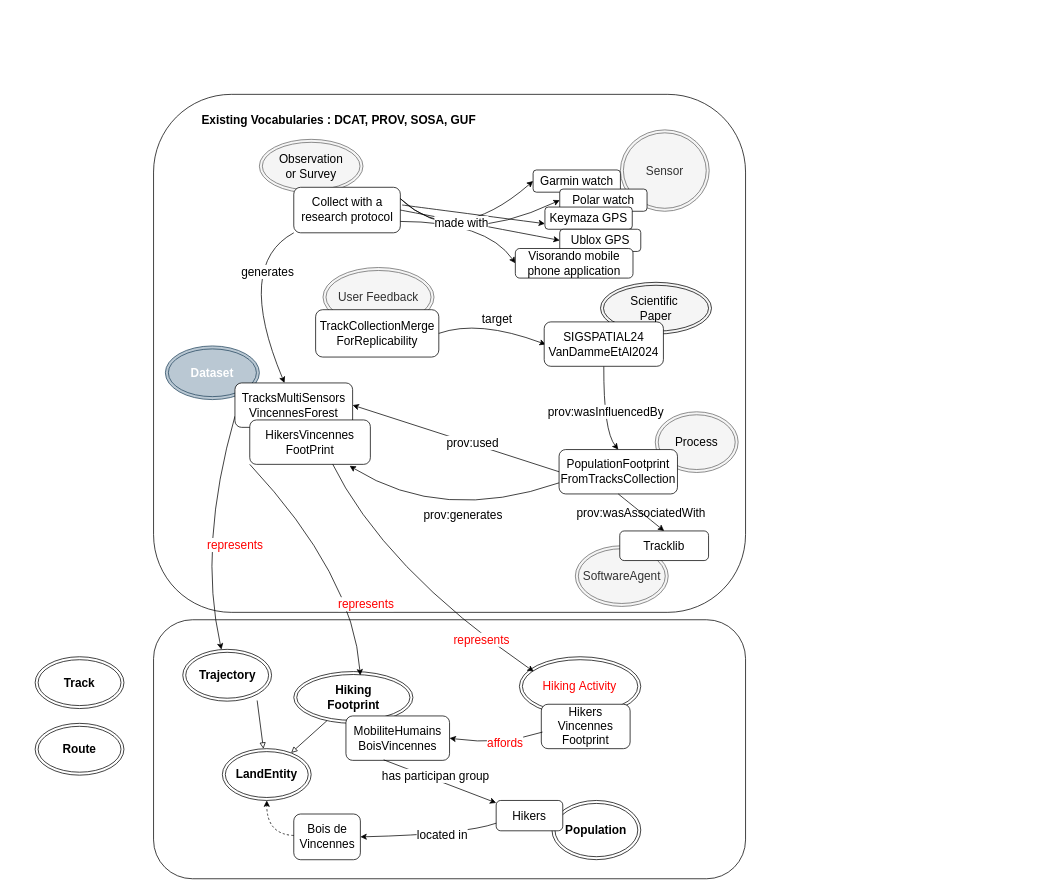
Earlier version of the draw.io diagram page "Schéma 2 article" (3 of 3) of docs/diagrams/model_KG.drawio (IntForOut/outdoorPressure). Source tidied: cells renumbered, new cells numbered last; positions are measured from the earlier drawing's top-left corner, leaving out a move shared by most shapes. Both pictures are drawn from the tidied source at 74%, with x=0, y=0 at pixel (35, 94).
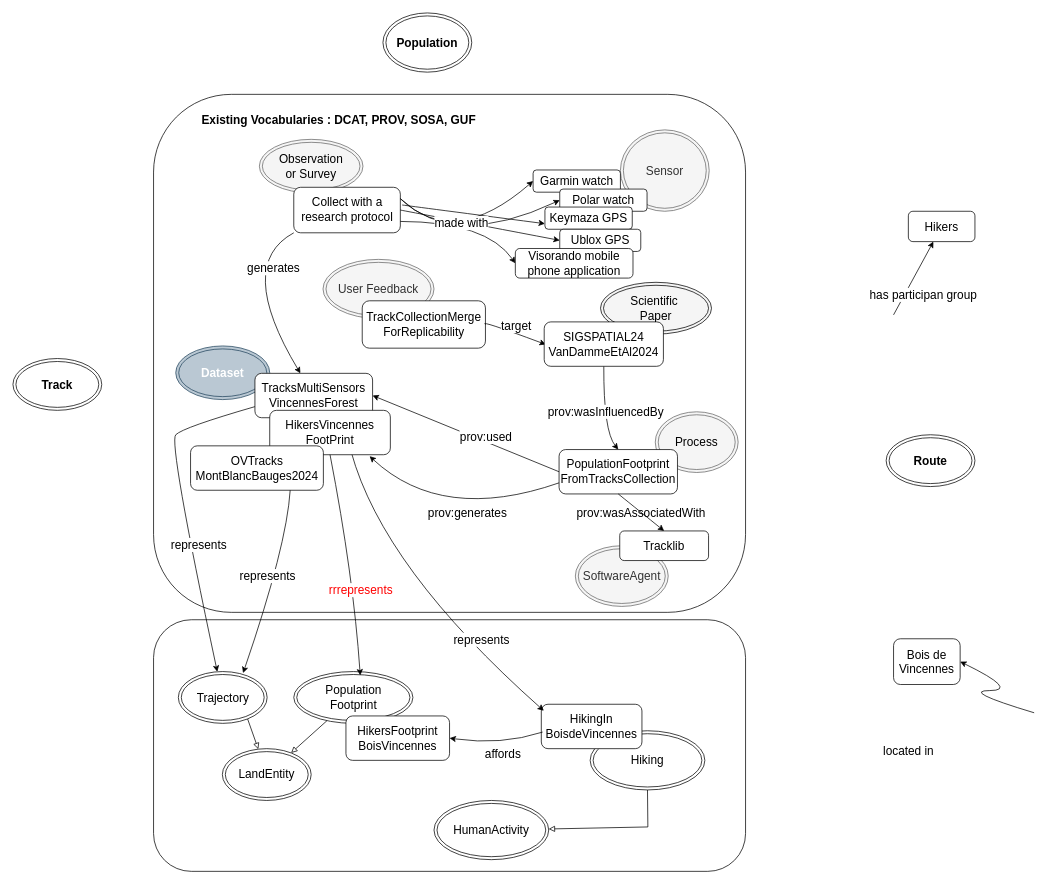
Above is the later version.

Commit message (it also covers changes not shown here):
Mettre à jour model_KG.drawio

The change refers to these unchanged cells:
```xml
<mxCell id="58" style="endArrow=classic;html=1;rounded=0;curved=1;exitX=0.013;exitY=0.627;exitDx=0;exitDy=0;entryX=1;entryY=0.5;entryDx=0;entryDy=0;fontSize=16;exitPerimeter=0;" parent="1" edge="1" source="45" target="61">
  <mxGeometry relative="1" as="geometry">
    <Array as="points">
      <mxPoint x="630" y="880" />
    </Array>
  </mxGeometry>
</mxCell>
```

The edit, as a diff of the source:
```diff
@@
     <mxCell id="2" style="rounded=1;whiteSpace=wrap;html=1;fillColor=none;" parent="1" vertex="1">
-      <mxGeometry x="160" y="710" width="800" height="350" as="geometry" />
+      <mxGeometry x="160" y="710" width="800" height="340" as="geometry" />
     </mxCell>
@@
-    <mxCell id="7" value="&lt;div&gt;&lt;b&gt;Hiking&lt;/b&gt;&lt;/div&gt;&lt;div&gt;&lt;b&gt;Footprint&lt;/b&gt;&lt;/div&gt;" style="ellipse;shape=doubleEllipse;whiteSpace=wrap;html=1;fontSize=16;" parent="1" vertex="1">
+    <mxCell id="7" value="&lt;div&gt;Population&lt;/div&gt;&lt;div&gt;Footprint&lt;/div&gt;" style="ellipse;shape=doubleEllipse;whiteSpace=wrap;html=1;fontSize=16;" parent="1" vertex="1">
       <mxGeometry x="349.5" y="780" width="161" height="70" as="geometry" />
     </mxCell>
     <mxCell id="8" value="&lt;font&gt;User Feedback&lt;/font&gt;" style="ellipse;shape=doubleEllipse;whiteSpace=wrap;html=1;fontSize=16;fillColor=#f5f5f5;strokeColor=#666666;fontColor=#333333;" parent="1" vertex="1">
-      <mxGeometry x="389" y="234" width="150" height="80" as="geometry" />
+      <mxGeometry x="389" y="223" width="150" height="80" as="geometry" />
     </mxCell>
     <mxCell id="9" value="&lt;font style=&quot;color: rgb(255, 255, 255);&quot;&gt;&lt;b&gt;Dataset&lt;/b&gt;&lt;/font&gt;" style="ellipse;shape=doubleEllipse;whiteSpace=wrap;html=1;fontSize=16;fillColor=#bac8d3;strokeColor=#23445d;" parent="1" vertex="1">
-      <mxGeometry x="176" y="340" width="127" height="72.5" as="geometry" />
+      <mxGeometry x="190" y="340" width="127" height="72.5" as="geometry" />
     </mxCell>
@@
-    <mxCell id="14" value="&lt;div&gt;&lt;font style=&quot;color: rgb(255, 0, 0);&quot;&gt;Hiking&amp;nbsp;&lt;/font&gt;&lt;font style=&quot;color: rgb(255, 0, 0);&quot;&gt;Activity&lt;/font&gt;&lt;/div&gt;" style="ellipse;shape=doubleEllipse;whiteSpace=wrap;html=1;fontSize=16;" parent="1" vertex="1">
-      <mxGeometry x="654.4" y="760" width="164" height="80" as="geometry" />
+    <mxCell id="14" value="&lt;div&gt;&lt;font style=&quot;color: rgb(0, 0, 0);&quot;&gt;Hiking&lt;/font&gt;&lt;/div&gt;" style="ellipse;shape=doubleEllipse;whiteSpace=wrap;html=1;fontSize=16;" parent="1" vertex="1">
+      <mxGeometry x="750" y="860" width="155" height="80" as="geometry" />
     </mxCell>
-    <mxCell id="15" value="&lt;b&gt;LandEntity&lt;/b&gt;" style="ellipse;shape=doubleEllipse;whiteSpace=wrap;html=1;fontSize=16;" parent="1" vertex="1">
+    <mxCell id="15" value="LandEntity" style="ellipse;shape=doubleEllipse;whiteSpace=wrap;html=1;fontSize=16;" parent="1" vertex="1">
       <mxGeometry x="253" y="884.2" width="120" height="70" as="geometry" />
     </mxCell>
     <mxCell id="16" value="&lt;div&gt;TrackCollectionMerge&lt;/div&gt;&lt;div&gt;ForReplicability&lt;/div&gt;" style="rounded=1;whiteSpace=wrap;html=1;fontSize=16;" parent="1" vertex="1">
-      <mxGeometry x="379" y="291" width="166.5" height="64" as="geometry" />
+      <mxGeometry x="442" y="279" width="166.5" height="64" as="geometry" />
     </mxCell>
@@
-    <mxCell id="22" style="edgeStyle=orthogonalEdgeStyle;rounded=0;orthogonalLoop=1;jettySize=auto;html=1;exitX=0.5;exitY=1;exitDx=0;exitDy=0;fontSize=16;" parent="1" edge="1" source="9" target="9">
-      <mxGeometry relative="1" as="geometry" />
+    <mxCell id="22" style="edgeStyle=orthogonalEdgeStyle;rounded=0;orthogonalLoop=1;jettySize=auto;html=1;exitX=0.5;exitY=1;exitDx=0;exitDy=0;fontSize=16;" parent="1" edge="1">
+      <mxGeometry relative="1" as="geometry">
+        <mxPoint x="280.5" y="399.5" as="sourcePoint" />
+        <mxPoint x="280.5" y="399.5" as="targetPoint" />
+      </mxGeometry>
     </mxCell>
@@
     <mxCell id="35" value="&lt;b&gt;Population&lt;/b&gt;" style="ellipse;shape=doubleEllipse;whiteSpace=wrap;html=1;fontSize=16;" parent="1" vertex="1">
-      <mxGeometry x="698.4" y="954.2" width="120" height="80" as="geometry" />
+      <mxGeometry x="470" y="-110" width="120" height="80" as="geometry" />
     </mxCell>
@@
     <mxCell id="44" value="&lt;font&gt;Hikers&lt;/font&gt;" style="rounded=1;whiteSpace=wrap;html=1;fontSize=16;" parent="1" vertex="1">
-      <mxGeometry x="623" y="954.2" width="90" height="41" as="geometry" />
+      <mxGeometry x="1180" y="158" width="90" height="41" as="geometry" />
     </mxCell>
-    <mxCell id="45" value="&lt;div&gt;&lt;font&gt;Hikers&lt;/font&gt;&lt;/div&gt;&lt;div&gt;&lt;font&gt;Vincennes&lt;/font&gt;&lt;/div&gt;&lt;div&gt;&lt;font&gt;Footprint&lt;/font&gt;&lt;/div&gt;" style="rounded=1;whiteSpace=wrap;html=1;fontSize=16;" parent="1" vertex="1">
-      <mxGeometry x="684" y="824.2" width="120" height="60" as="geometry" />
+    <mxCell id="45" value="&lt;div&gt;HikingIn&lt;/div&gt;&lt;div&gt;BoisdeVincennes&lt;/div&gt;" style="rounded=1;whiteSpace=wrap;html=1;fontSize=16;" parent="1" vertex="1">
+      <mxGeometry x="684" y="824.2" width="136" height="60" as="geometry" />
     </mxCell>
     <mxCell id="46" value="&lt;font&gt;Bois de Vincennes&lt;/font&gt;" style="rounded=1;whiteSpace=wrap;html=1;fontSize=16;" parent="1" vertex="1">
-      <mxGeometry x="349.5" y="972.5" width="90" height="61.8" as="geometry" />
+      <mxGeometry x="1160" y="735.7" width="90" height="61.8" as="geometry" />
     </mxCell>
-    <mxCell id="47" style="endArrow=classic;html=1;rounded=0;curved=1;entryX=1;entryY=0.5;entryDx=0;entryDy=0;exitX=0;exitY=0.75;exitDx=0;exitDy=0;fontSize=16;" parent="1" edge="1" source="44" target="46">
+    <mxCell id="47" style="endArrow=classic;html=1;rounded=0;curved=1;entryX=1;entryY=0.5;entryDx=0;entryDy=0;fontSize=16;" parent="1" edge="1" target="46">
       <mxGeometry relative="1" as="geometry">
+        <mxPoint x="1350" y="835.7" as="sourcePoint" />
         <Array as="points">
-          <mxPoint x="580" y="1000" />
+          <mxPoint x="1250" y="805.7" />
+          <mxPoint x="1330" y="805.7" />
         </Array>
       </mxGeometry>
     </mxCell>
@@
-    <mxCell id="49" style="endArrow=classic;html=1;rounded=0;entryX=0.5;entryY=1;entryDx=0;entryDy=0;fontSize=16;curved=1;dashed=1;" parent="1" edge="1" source="46" target="15">
-      <mxGeometry relative="1" as="geometry">
-        <Array as="points">
-          <mxPoint x="313" y="1000" />
-        </Array>
-      </mxGeometry>
-    </mxCell>
-    <mxCell id="50" style="endArrow=block;html=1;rounded=0;endFill=0;fontSize=16;" parent="1" edge="1" target="15">
-      <mxGeometry relative="1" as="geometry">
-        <mxPoint x="300" y="819.1" as="sourcePoint" />
-      </mxGeometry>
+    <mxCell id="50" style="endArrow=block;html=1;rounded=0;endFill=0;fontSize=16;exitX=0.771;exitY=0.871;exitDx=0;exitDy=0;exitPerimeter=0;" parent="1" edge="1" source="68" target="15">
+      <mxGeometry relative="1" as="geometry" />
     </mxCell>
     <mxCell id="51" style="endArrow=classic;html=1;rounded=0;exitX=0;exitY=0.75;exitDx=0;exitDy=0;fontSize=16;curved=1;" parent="1" edge="1" source="54" target="68">
       <mxGeometry relative="1" as="geometry">
         <Array as="points">
-          <mxPoint x="220" y="610" />
+          <mxPoint x="200" y="450" />
+          <mxPoint x="180" y="470" />
         </Array>
       </mxGeometry>
     </mxCell>
-    <mxCell id="52" value="&lt;font style=&quot;color: rgb(255, 0, 0);&quot;&gt;represents&lt;/font&gt;" style="edgeLabel;html=1;align=center;verticalAlign=middle;fontSize=16;" parent="51" vertex="1">
+    <mxCell id="52" value="&lt;font style=&quot;color: rgb(0, 0, 0);&quot;&gt;represents&lt;/font&gt;" style="edgeLabel;html=1;align=center;verticalAlign=middle;fontSize=16;" parent="51" vertex="1">
       <mxGeometry x="0.16" y="1" relative="1" as="geometry">
-        <mxPoint x="47" y="-8" as="offset" />
+        <mxPoint x="12" y="12" as="offset" />
       </mxGeometry>
     </mxCell>
-    <mxCell id="53" style="endArrow=classic;html=1;rounded=0;exitX=0.675;exitY=0.933;exitDx=0;exitDy=0;entryX=0.118;entryY=0.25;entryDx=0;entryDy=0;entryPerimeter=0;exitPerimeter=0;fontSize=16;curved=1;" parent="1" edge="1" source="57" target="14">
+    <mxCell id="53" style="endArrow=classic;html=1;rounded=0;exitX=0.675;exitY=0.933;exitDx=0;exitDy=0;entryX=0.025;entryY=0.146;entryDx=0;entryDy=0;exitPerimeter=0;fontSize=16;curved=1;entryPerimeter=0;" parent="1" edge="1" source="57" target="45">
       <mxGeometry relative="1" as="geometry">
         <Array as="points">
           <mxPoint x="470" y="640" />
         </Array>
       </mxGeometry>
     </mxCell>
     <mxCell id="54" value="&lt;div&gt;&lt;font&gt;TracksMultiSensors&lt;/font&gt;&lt;/div&gt;&lt;div&gt;&lt;font&gt;VincennesForest&lt;/font&gt;&lt;/div&gt;" style="rounded=1;whiteSpace=wrap;html=1;strokeColor=#000000;strokeWidth=1;fontSize=16;" parent="1" vertex="1">
-      <mxGeometry x="270" y="390" width="159" height="60" as="geometry" />
+      <mxGeometry x="297" y="377" width="159" height="60" as="geometry" />
     </mxCell>
-    <mxCell id="55" value="&lt;font style=&quot;color: rgb(255, 0, 0);&quot;&gt;represents&lt;/font&gt;" style="edgeLabel;html=1;align=center;verticalAlign=middle;fontSize=16;" parent="1" vertex="1">
+    <mxCell id="55" value="&lt;font style=&quot;color: rgb(0, 0, 0);&quot;&gt;represents&lt;/font&gt;" style="edgeLabel;html=1;align=center;verticalAlign=middle;fontSize=16;" parent="1" vertex="1">
       <mxGeometry x="688.9" y="760" as="geometry">
         <mxPoint x="-86" y="-24" as="offset" />
       </mxGeometry>
     </mxCell>
@@
     <mxCell id="57" value="&lt;div&gt;&lt;font&gt;HikersVincennes&lt;/font&gt;&lt;/div&gt;&lt;div&gt;&lt;font&gt;FootPrint&lt;/font&gt;&lt;/div&gt;" style="rounded=1;whiteSpace=wrap;html=1;strokeColor=#000000;strokeWidth=1;fontSize=16;" parent="1" vertex="1">
-      <mxGeometry x="290" y="440" width="163" height="60" as="geometry" />
+      <mxGeometry x="317" y="427" width="163" height="60" as="geometry" />
     </mxCell>
@@
     <mxCell id="59" value="&lt;font&gt;located in&lt;/font&gt;" style="edgeLabel;html=1;align=center;verticalAlign=middle;fontSize=16;" parent="58" vertex="1">
       <mxGeometry x="-0.46" y="2" relative="1" as="geometry">
-        <mxPoint x="-103" y="126" as="offset" />
+        <mxPoint x="526" y="12" as="offset" />
       </mxGeometry>
     </mxCell>
-    <mxCell id="60" value="&lt;font style=&quot;color: rgb(255, 0, 0);&quot;&gt;affords&lt;/font&gt;" style="edgeLabel;html=1;align=center;verticalAlign=middle;fontSize=16;" parent="58" vertex="1">
+    <mxCell id="60" value="&lt;font style=&quot;color: rgb(0, 0, 0);&quot;&gt;affords&lt;/font&gt;" style="edgeLabel;html=1;align=center;verticalAlign=middle;fontSize=16;" parent="58" vertex="1">
       <mxGeometry x="-0.05" y="3" relative="1" as="geometry">
-        <mxPoint x="7" y="-7" as="offset" />
+        <mxPoint x="4" y="8" as="offset" />
       </mxGeometry>
     </mxCell>
-    <mxCell id="61" value="&lt;div&gt;&lt;font&gt;MobiliteHumains&lt;/font&gt;&lt;/div&gt;&lt;div&gt;&lt;font&gt;BoisVincennes&lt;/font&gt;&lt;/div&gt;" style="rounded=1;whiteSpace=wrap;html=1;fontSize=16;" parent="1" vertex="1">
+    <mxCell id="61" value="&lt;div&gt;HikersFootprint&lt;/div&gt;&lt;div&gt;BoisVincennes&lt;/div&gt;" style="rounded=1;whiteSpace=wrap;html=1;fontSize=16;" parent="1" vertex="1">
       <mxGeometry x="420" y="840" width="140" height="60" as="geometry" />
     </mxCell>
-    <mxCell id="62" style="endArrow=classic;html=1;rounded=0;exitX=0.364;exitY=0.988;exitDx=0;exitDy=0;exitPerimeter=0;fontSize=16;" parent="1" edge="1" source="61" target="44">
-      <mxGeometry relative="1" as="geometry" />
+    <mxCell id="62" style="endArrow=classic;html=1;rounded=0;fontSize=16;" parent="1" edge="1" target="44">
+      <mxGeometry relative="1" as="geometry">
+        <mxPoint x="1160" y="298" as="sourcePoint" />
+      </mxGeometry>
     </mxCell>
@@
-    <mxCell id="64" style="endArrow=classic;html=1;rounded=0;entryX=0.558;entryY=0.075;entryDx=0;entryDy=0;entryPerimeter=0;fontSize=16;curved=1;exitX=0;exitY=1;exitDx=0;exitDy=0;" parent="1" edge="1" source="57" target="7">
+    <mxCell id="64" style="endArrow=classic;html=1;rounded=0;entryX=0.558;entryY=0.075;entryDx=0;entryDy=0;entryPerimeter=0;fontSize=16;curved=1;exitX=0.5;exitY=1;exitDx=0;exitDy=0;" parent="1" edge="1" source="57" target="7">
       <mxGeometry relative="1" as="geometry">
         <Array as="points">
           <mxPoint x="430" y="650" />
         </Array>
       </mxGeometry>
     </mxCell>
-    <mxCell id="65" value="&lt;font style=&quot;font-size: 16px;&quot;&gt;&lt;span style=&quot;color: rgb(255, 0, 0);&quot;&gt;&lt;font&gt;represents&lt;/font&gt;&lt;/span&gt;&lt;/font&gt;" style="edgeLabel;html=1;align=center;verticalAlign=middle;" parent="64" vertex="1">
+    <mxCell id="65" value="&lt;font style=&quot;font-size: 16px; color: rgb(0, 0, 0);&quot;&gt;&lt;span style=&quot;color: rgb(255, 0, 0);&quot;&gt;&lt;font&gt;rrrepresents&lt;/font&gt;&lt;/span&gt;&lt;/font&gt;" style="edgeLabel;html=1;align=center;verticalAlign=middle;" parent="64" vertex="1">
       <mxGeometry x="0.23" y="3" relative="1" as="geometry">
-        <mxPoint x="13" y="34" as="offset" />
+        <mxPoint x="5" y="1" as="offset" />
       </mxGeometry>
     </mxCell>
     <mxCell id="66" value="&lt;b&gt;Track&lt;/b&gt;" style="ellipse;shape=doubleEllipse;whiteSpace=wrap;html=1;fontSize=16;" parent="1" vertex="1">
-      <mxGeometry y="760" width="120" height="70" as="geometry" />
+      <mxGeometry x="-30" y="357" width="120" height="70" as="geometry" />
     </mxCell>
     <mxCell id="67" value="&lt;b&gt;Route&lt;/b&gt;" style="ellipse;shape=doubleEllipse;whiteSpace=wrap;html=1;fontSize=16;" parent="1" vertex="1">
-      <mxGeometry y="850" width="120" height="70" as="geometry" />
+      <mxGeometry x="1150" y="460" width="120" height="70" as="geometry" />
     </mxCell>
-    <mxCell id="68" value="&lt;b&gt;Trajectory&lt;/b&gt;" style="ellipse;shape=doubleEllipse;whiteSpace=wrap;html=1;fontSize=16;" parent="1" vertex="1">
-      <mxGeometry x="199.5" y="750" width="120" height="70" as="geometry" />
+    <mxCell id="68" value="Trajectory" style="ellipse;shape=doubleEllipse;whiteSpace=wrap;html=1;fontSize=16;" parent="1" vertex="1">
+      <mxGeometry x="193.5" y="780" width="120" height="70" as="geometry" />
     </mxCell>
+    <mxCell id="69" value="&lt;div&gt;OVTracks&lt;/div&gt;&lt;div&gt;MontBlancBauges2024&lt;/div&gt;" style="rounded=1;whiteSpace=wrap;html=1;strokeColor=#000000;strokeWidth=1;fontSize=16;" parent="1" vertex="1">
+      <mxGeometry x="210" y="475" width="179.5" height="60" as="geometry" />
+    </mxCell>
+    <mxCell id="70" style="endArrow=classic;html=1;rounded=0;exitX=0.75;exitY=1;exitDx=0;exitDy=0;fontSize=16;curved=1;entryX=0.729;entryY=0.029;entryDx=0;entryDy=0;entryPerimeter=0;" parent="1" edge="1" source="69" target="68">
+      <mxGeometry relative="1" as="geometry">
+        <Array as="points">
+          <mxPoint x="340" y="610" />
+        </Array>
+      </mxGeometry>
+    </mxCell>
+    <mxCell id="71" value="&lt;font style=&quot;color: rgb(0, 0, 0);&quot;&gt;represents&lt;/font&gt;" style="edgeLabel;html=1;align=center;verticalAlign=middle;fontSize=16;" parent="70" vertex="1">
+      <mxGeometry x="0.16" y="1" relative="1" as="geometry">
+        <mxPoint x="-3" y="-30" as="offset" />
+      </mxGeometry>
+    </mxCell>
+    <mxCell id="72" value="&lt;div&gt;HumanActivity&lt;/div&gt;" style="ellipse;shape=doubleEllipse;whiteSpace=wrap;html=1;fontSize=16;" parent="1" vertex="1">
+      <mxGeometry x="539" y="954.2" width="155" height="80" as="geometry" />
+    </mxCell>
+    <mxCell id="73" style="endArrow=block;html=1;rounded=0;endFill=0;" parent="1" edge="1" source="14" target="72">
+      <mxGeometry relative="1" as="geometry">
+        <Array as="points">
+          <mxPoint x="828" y="990" />
+        </Array>
+      </mxGeometry>
+    </mxCell>
```
